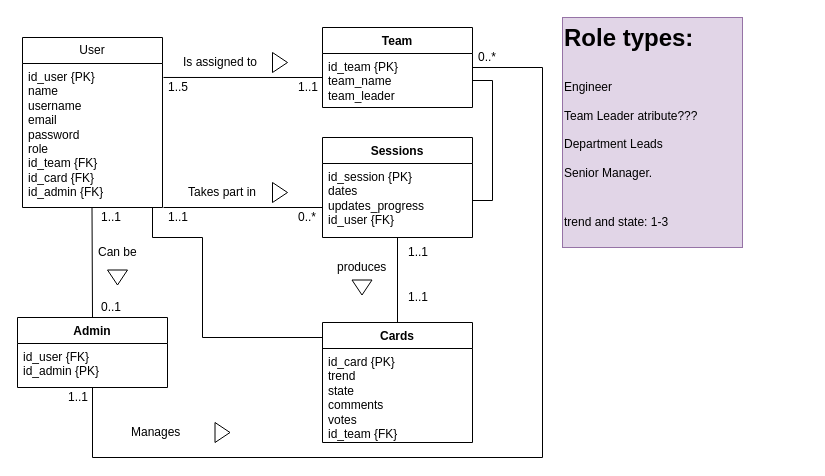
frajdzia/HealthCheck keeps this draw.io diagram as ERD.drawio. Above is the earlier version. Source tidied: cells renumbered, new cells numbered last; positions are measured from the earlier drawing's top-left corner, leaving out a move shared by most shapes. Both pictures are drawn from the tidied source at 100%, with x=0, y=0 at pixel (17, 17).
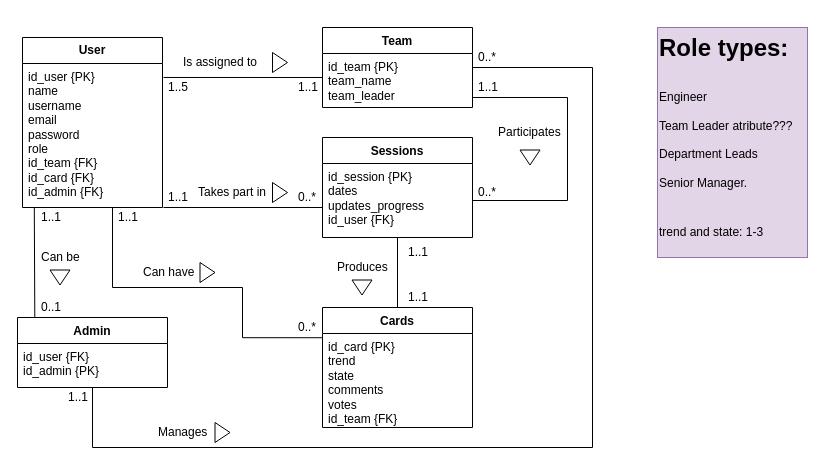
Above is the later version.

The change refers to these unchanged cells:
```xml
<mxCell id="3" value="id_user {PK}&lt;div&gt;name&lt;/div&gt;&lt;div&gt;username&lt;/div&gt;&lt;div&gt;email&lt;/div&gt;&lt;div&gt;password&lt;/div&gt;&lt;div&gt;role&lt;/div&gt;&lt;div&gt;id_team {FK}&lt;/div&gt;&lt;div&gt;id_card {FK}&lt;/div&gt;&lt;div&gt;id_admin {FK}&lt;/div&gt;" style="text;strokeColor=none;fillColor=none;align=left;verticalAlign=top;spacingLeft=4;spacingRight=4;overflow=hidden;points=[[0,0.5],[1,0.5]];portConstraint=eastwest;whiteSpace=wrap;html=1;" parent="2" vertex="1">
  <mxGeometry y="26" width="140" height="144" as="geometry" />
</mxCell>
<mxCell id="4" value="Admin" style="swimlane;fontStyle=1;align=center;verticalAlign=top;horizontal=1;startSize=26;whiteSpace=wrap;html=1;" parent="1" vertex="1">
  <mxGeometry y="300" width="150" height="70" as="geometry" />
</mxCell>
<mxCell id="5" value="id_user {FK}&lt;br&gt;id_admin {PK}" style="text;strokeColor=none;fillColor=none;align=left;verticalAlign=top;spacingLeft=4;spacingRight=4;overflow=hidden;points=[[0,0.5],[1,0.5]];portConstraint=eastwest;whiteSpace=wrap;html=1;" parent="4" vertex="1">
  <mxGeometry y="26" width="150" height="44" as="geometry" />
</mxCell>
<mxCell id="7" value="id_session {PK}&lt;div&gt;dates&lt;/div&gt;&lt;div&gt;updates_progress&lt;/div&gt;&lt;div&gt;id_user {FK}&lt;/div&gt;" style="text;strokeColor=none;fillColor=none;align=left;verticalAlign=top;spacingLeft=4;spacingRight=4;overflow=hidden;points=[[0,0.5],[1,0.5]];portConstraint=eastwest;whiteSpace=wrap;html=1;" parent="6" vertex="1">
  <mxGeometry y="26" width="150" height="74" as="geometry" />
</mxCell>
<mxCell id="9" value="id_card {PK}&lt;div&gt;trend&lt;/div&gt;&lt;div&gt;state&lt;/div&gt;&lt;div&gt;comments&lt;/div&gt;&lt;div&gt;votes&lt;br&gt;&lt;div&gt;id_team {FK}&lt;/div&gt;&lt;/div&gt;" style="text;strokeColor=none;fillColor=none;align=left;verticalAlign=top;spacingLeft=4;spacingRight=4;overflow=hidden;points=[[0,0.5],[1,0.5]];portConstraint=eastwest;whiteSpace=wrap;html=1;" parent="8" vertex="1">
  <mxGeometry y="26" width="150" height="94" as="geometry" />
</mxCell>
<mxCell id="11" value="Team" style="swimlane;fontStyle=1;align=center;verticalAlign=top;horizontal=1;startSize=26;whiteSpace=wrap;html=1;" parent="1" vertex="1">
  <mxGeometry x="305" y="10" width="150" height="80" as="geometry" />
</mxCell>
<mxCell id="12" value="id_team {PK}&lt;div&gt;team_name&lt;/div&gt;&lt;div&gt;team_leader&lt;/div&gt;" style="text;strokeColor=none;fillColor=none;align=left;verticalAlign=top;spacingLeft=4;spacingRight=4;overflow=hidden;points=[[0,0.5],[1,0.5]];portConstraint=eastwest;whiteSpace=wrap;html=1;" parent="11" vertex="1">
  <mxGeometry y="26" width="150" height="54" as="geometry" />
</mxCell>
```

The edit, as a diff of the source:
```diff
@@
-    <mxCell id="2" value="User" style="swimlane;fontStyle=0;horizontal=1;startSize=26;fillColor=none;whiteSpace=wrap;html=1;" parent="1" vertex="1">
+    <mxCell id="2" value="&lt;b&gt;User&lt;/b&gt;" style="swimlane;fontStyle=0;horizontal=1;startSize=26;fillColor=none;whiteSpace=wrap;html=1;" parent="1" vertex="1">
       <mxGeometry x="5" y="20" width="140" height="170" as="geometry" />
     </mxCell>
@@
     <mxCell id="8" value="Cards" style="swimlane;fontStyle=1;align=center;verticalAlign=top;horizontal=1;startSize=26;whiteSpace=wrap;html=1;" parent="1" vertex="1">
-      <mxGeometry x="305" y="305" width="150" height="120" as="geometry" />
+      <mxGeometry x="305" y="290" width="150" height="120" as="geometry" />
     </mxCell>
@@
     <mxCell id="10" style="edgeStyle=orthogonalEdgeStyle;rounded=0;jettySize=auto;html=1;endArrow=none;startFill=0;" parent="1" edge="1" source="11" target="5">
       <mxGeometry relative="1" as="geometry">
         <Array as="points">
-          <mxPoint x="525" y="50" />
-          <mxPoint x="525" y="440" />
+          <mxPoint x="575" y="50" />
+          <mxPoint x="575" y="430" />
+          <mxPoint x="75" y="430" />
         </Array>
       </mxGeometry>
     </mxCell>
@@
-    <mxCell id="13" style="endArrow=none;html=1;rounded=0;exitX=0.5;exitY=0;exitDx=0;exitDy=0;" parent="1" edge="1" source="4">
+    <mxCell id="13" style="endArrow=none;html=1;rounded=0;exitX=0.5;exitY=0;exitDx=0;exitDy=0;" parent="1" edge="1">
       <mxGeometry relative="1" as="geometry">
-        <mxPoint x="74.5" y="190" as="targetPoint" />
+        <mxPoint x="17.3" y="300" as="sourcePoint" />
+        <mxPoint x="16.8" y="190" as="targetPoint" />
       </mxGeometry>
     </mxCell>
     <mxCell id="14" style="triangle;whiteSpace=wrap;html=1;rotation=90;fillColor=light-dark(#FFFFFF,#FFFFFF);" parent="1" vertex="1">
-      <mxGeometry x="92.5" y="250" width="15" height="20" as="geometry" />
+      <mxGeometry x="35" y="250" width="15" height="20" as="geometry" />
     </mxCell>
     <mxCell id="15" value="Can be" style="text;strokeColor=none;fillColor=none;align=left;verticalAlign=middle;spacingLeft=4;spacingRight=4;overflow=hidden;whiteSpace=wrap;html=1;" parent="1" vertex="1">
-      <mxGeometry x="75" y="220" width="50" height="30" as="geometry" />
+      <mxGeometry x="17.5" y="225" width="50" height="30" as="geometry" />
     </mxCell>
     <mxCell id="16" value="1..1" style="text;strokeColor=none;fillColor=none;align=left;verticalAlign=middle;spacingLeft=4;spacingRight=4;overflow=hidden;whiteSpace=wrap;html=1;" parent="1" vertex="1">
-      <mxGeometry x="77.5" y="190" width="30" height="20" as="geometry" />
+      <mxGeometry x="17.5" y="190" width="30" height="20" as="geometry" />
     </mxCell>
     <mxCell id="17" value="0..1" style="text;strokeColor=none;fillColor=none;align=left;verticalAlign=middle;spacingLeft=4;spacingRight=4;overflow=hidden;whiteSpace=wrap;html=1;" parent="1" vertex="1">
-      <mxGeometry x="77.5" y="280" width="30" height="20" as="geometry" />
+      <mxGeometry x="17.5" y="280" width="30" height="20" as="geometry" />
     </mxCell>
@@
     <mxCell id="24" value="0..*" style="text;strokeColor=none;fillColor=none;align=left;verticalAlign=middle;spacingLeft=4;spacingRight=4;overflow=hidden;whiteSpace=wrap;html=1;" parent="1" vertex="1">
-      <mxGeometry x="275" y="190" width="30" height="20" as="geometry" />
+      <mxGeometry x="275" y="170" width="30" height="20" as="geometry" />
     </mxCell>
     <mxCell id="25" value="1..1" style="text;strokeColor=none;fillColor=none;align=left;verticalAlign=middle;spacingLeft=4;spacingRight=4;overflow=hidden;whiteSpace=wrap;html=1;" parent="1" vertex="1">
-      <mxGeometry x="145" y="190" width="30" height="20" as="geometry" />
+      <mxGeometry x="145" y="170" width="30" height="20" as="geometry" />
     </mxCell>
     <mxCell id="26" value="Takes part in" style="text;strokeColor=none;fillColor=none;align=left;verticalAlign=middle;spacingLeft=4;spacingRight=4;overflow=hidden;whiteSpace=wrap;html=1;" parent="1" vertex="1">
-      <mxGeometry x="165" y="160" width="90" height="30" as="geometry" />
+      <mxGeometry x="175" y="160" width="90" height="30" as="geometry" />
     </mxCell>
@@
-    <mxCell id="30" value="produces" style="text;strokeColor=none;fillColor=none;align=left;verticalAlign=middle;spacingLeft=4;spacingRight=4;overflow=hidden;whiteSpace=wrap;html=1;" parent="1" vertex="1">
+    <mxCell id="30" value="P&lt;span style=&quot;background-color: transparent; color: light-dark(rgb(0, 0, 0), rgb(255, 255, 255));&quot;&gt;roduces&lt;/span&gt;" style="text;strokeColor=none;fillColor=none;align=left;verticalAlign=middle;spacingLeft=4;spacingRight=4;overflow=hidden;whiteSpace=wrap;html=1;" parent="1" vertex="1">
       <mxGeometry x="314" y="235" width="61" height="30" as="geometry" />
     </mxCell>
@@
     <mxCell id="33" value="&lt;h1 style=&quot;margin-top: 0px;&quot;&gt;&lt;span style=&quot;background-color: transparent; color: light-dark(rgb(0, 0, 0), rgb(255, 255, 255));&quot;&gt;Role types:&lt;/span&gt;&lt;/h1&gt;&lt;h1 style=&quot;margin-top: 0px;&quot;&gt;&lt;span style=&quot;background-color: transparent; color: light-dark(rgb(0, 0, 0), rgb(255, 255, 255)); font-size: 12px; font-weight: normal;&quot;&gt;Engineer&lt;br&gt;&lt;/span&gt;&lt;span style=&quot;background-color: transparent; color: light-dark(rgb(0, 0, 0), rgb(255, 255, 255)); font-size: 12px; font-weight: normal;&quot;&gt;Team Leader atribute???&lt;br&gt;Department Leads&lt;br&gt;Senior Manager.&lt;/span&gt;&lt;/h1&gt;&lt;div&gt;&lt;span style=&quot;background-color: transparent; color: light-dark(rgb(0, 0, 0), rgb(255, 255, 255)); font-size: 12px; font-weight: normal;&quot;&gt;&lt;br&gt;&lt;/span&gt;&lt;/div&gt;&lt;div&gt;&lt;span style=&quot;background-color: transparent; color: light-dark(rgb(0, 0, 0), rgb(255, 255, 255)); font-size: 12px; font-weight: normal;&quot;&gt;trend and state: 1-3&lt;/span&gt;&lt;/div&gt;" style="text;html=1;whiteSpace=wrap;overflow=hidden;rounded=0;fillColor=#e1d5e7;strokeColor=#9673a6;" parent="1" vertex="1">
-      <mxGeometry x="545" width="180" height="230" as="geometry" />
+      <mxGeometry x="640" y="10" width="150" height="230" as="geometry" />
     </mxCell>
     <mxCell id="34" style="edgeStyle=orthogonalEdgeStyle;rounded=0;jettySize=auto;html=1;entryX=1;entryY=0.5;entryDx=0;entryDy=0;endArrow=none;startFill=0;" parent="1" edge="1" source="12" target="7">
       <mxGeometry relative="1" as="geometry">
         <Array as="points">
-          <mxPoint x="475" y="63" />
-          <mxPoint x="475" y="183" />
+          <mxPoint x="550" y="80" />
+          <mxPoint x="550" y="183" />
         </Array>
       </mxGeometry>
     </mxCell>
     <mxCell id="35" value="Manages" style="text;strokeColor=none;fillColor=none;align=left;verticalAlign=middle;spacingLeft=4;spacingRight=4;overflow=hidden;whiteSpace=wrap;html=1;" parent="1" vertex="1">
-      <mxGeometry x="107.5" y="400" width="90" height="30" as="geometry" />
+      <mxGeometry x="135" y="400" width="60" height="30" as="geometry" />
     </mxCell>
@@
     <mxCell id="37" style="edgeStyle=orthogonalEdgeStyle;rounded=0;jettySize=auto;html=1;endArrow=none;startFill=0;entryX=0;entryY=0.045;entryDx=0;entryDy=0;entryPerimeter=0;" parent="1" edge="1" source="3" target="9">
       <mxGeometry relative="1" as="geometry">
         <Array as="points">
-          <mxPoint x="135" y="220" />
-          <mxPoint x="185" y="220" />
-          <mxPoint x="185" y="320" />
-          <mxPoint x="305" y="320" />
+          <mxPoint x="95" y="270" />
+          <mxPoint x="225" y="270" />
+          <mxPoint x="225" y="320" />
         </Array>
       </mxGeometry>
     </mxCell>
@@
+    <mxCell id="40" value="1..1" style="text;strokeColor=none;fillColor=none;align=left;verticalAlign=middle;spacingLeft=4;spacingRight=4;overflow=hidden;whiteSpace=wrap;html=1;" parent="1" vertex="1">
+      <mxGeometry x="95" y="190" width="30" height="20" as="geometry" />
+    </mxCell>
+    <mxCell id="41" value="0..*" style="text;strokeColor=none;fillColor=none;align=left;verticalAlign=middle;spacingLeft=4;spacingRight=4;overflow=hidden;whiteSpace=wrap;html=1;" parent="1" vertex="1">
+      <mxGeometry x="275" y="300" width="30" height="20" as="geometry" />
+    </mxCell>
+    <mxCell id="42" value="Can have" style="text;strokeColor=none;fillColor=none;align=left;verticalAlign=middle;spacingLeft=4;spacingRight=4;overflow=hidden;whiteSpace=wrap;html=1;" parent="1" vertex="1">
+      <mxGeometry x="120" y="240" width="90" height="30" as="geometry" />
+    </mxCell>
+    <mxCell id="43" style="triangle;whiteSpace=wrap;html=1;rotation=0;fillColor=light-dark(#FFFFFF,#FFFFFF);" parent="1" vertex="1">
+      <mxGeometry x="182.5" y="245" width="15" height="20" as="geometry" />
+    </mxCell>
+    <mxCell id="44" value="0..*" style="text;strokeColor=none;fillColor=none;align=left;verticalAlign=middle;spacingLeft=4;spacingRight=4;overflow=hidden;whiteSpace=wrap;html=1;" parent="1" vertex="1">
+      <mxGeometry x="455" y="165" width="30" height="20" as="geometry" />
+    </mxCell>
+    <mxCell id="45" value="1..1" style="text;strokeColor=none;fillColor=none;align=left;verticalAlign=middle;spacingLeft=4;spacingRight=4;overflow=hidden;whiteSpace=wrap;html=1;" parent="1" vertex="1">
+      <mxGeometry x="455" y="60" width="30" height="20" as="geometry" />
+    </mxCell>
+    <mxCell id="46" value="Participates" style="text;strokeColor=none;fillColor=none;align=left;verticalAlign=middle;spacingLeft=4;spacingRight=4;overflow=hidden;whiteSpace=wrap;html=1;" parent="1" vertex="1">
+      <mxGeometry x="475" y="100" width="90" height="30" as="geometry" />
+    </mxCell>
+    <mxCell id="47" style="triangle;whiteSpace=wrap;html=1;rotation=90;fillColor=light-dark(#FFFFFF,#FFFFFF);" parent="1" vertex="1">
+      <mxGeometry x="505" y="130" width="15" height="20" as="geometry" />
+    </mxCell>
```
